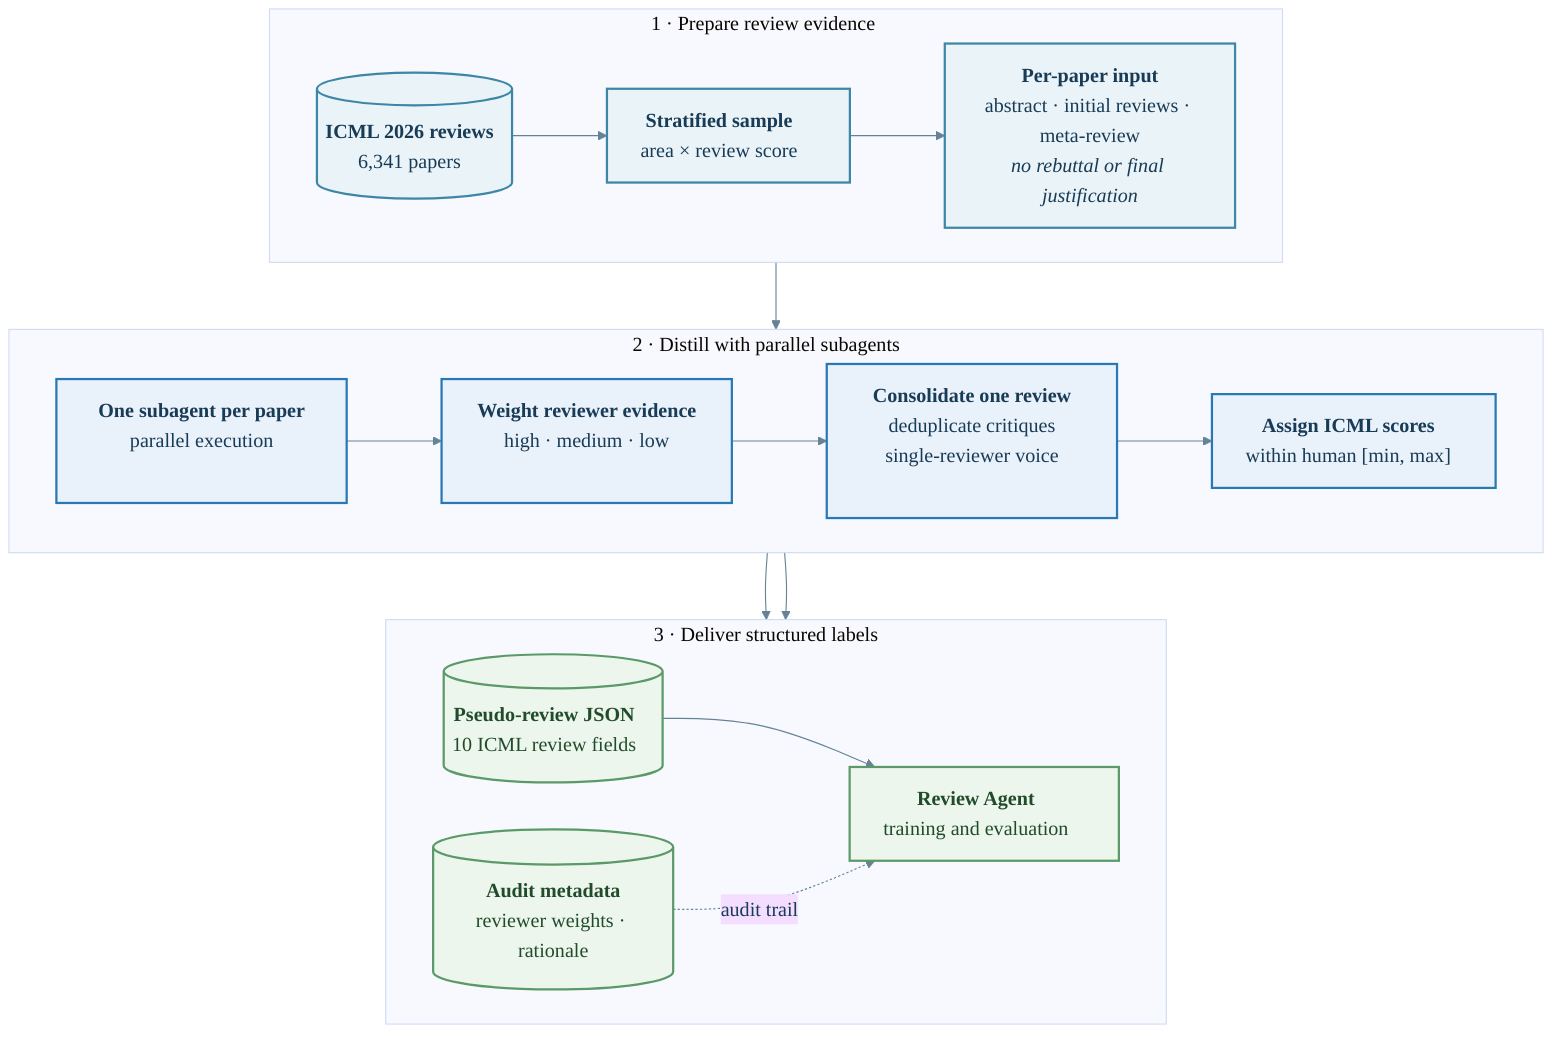
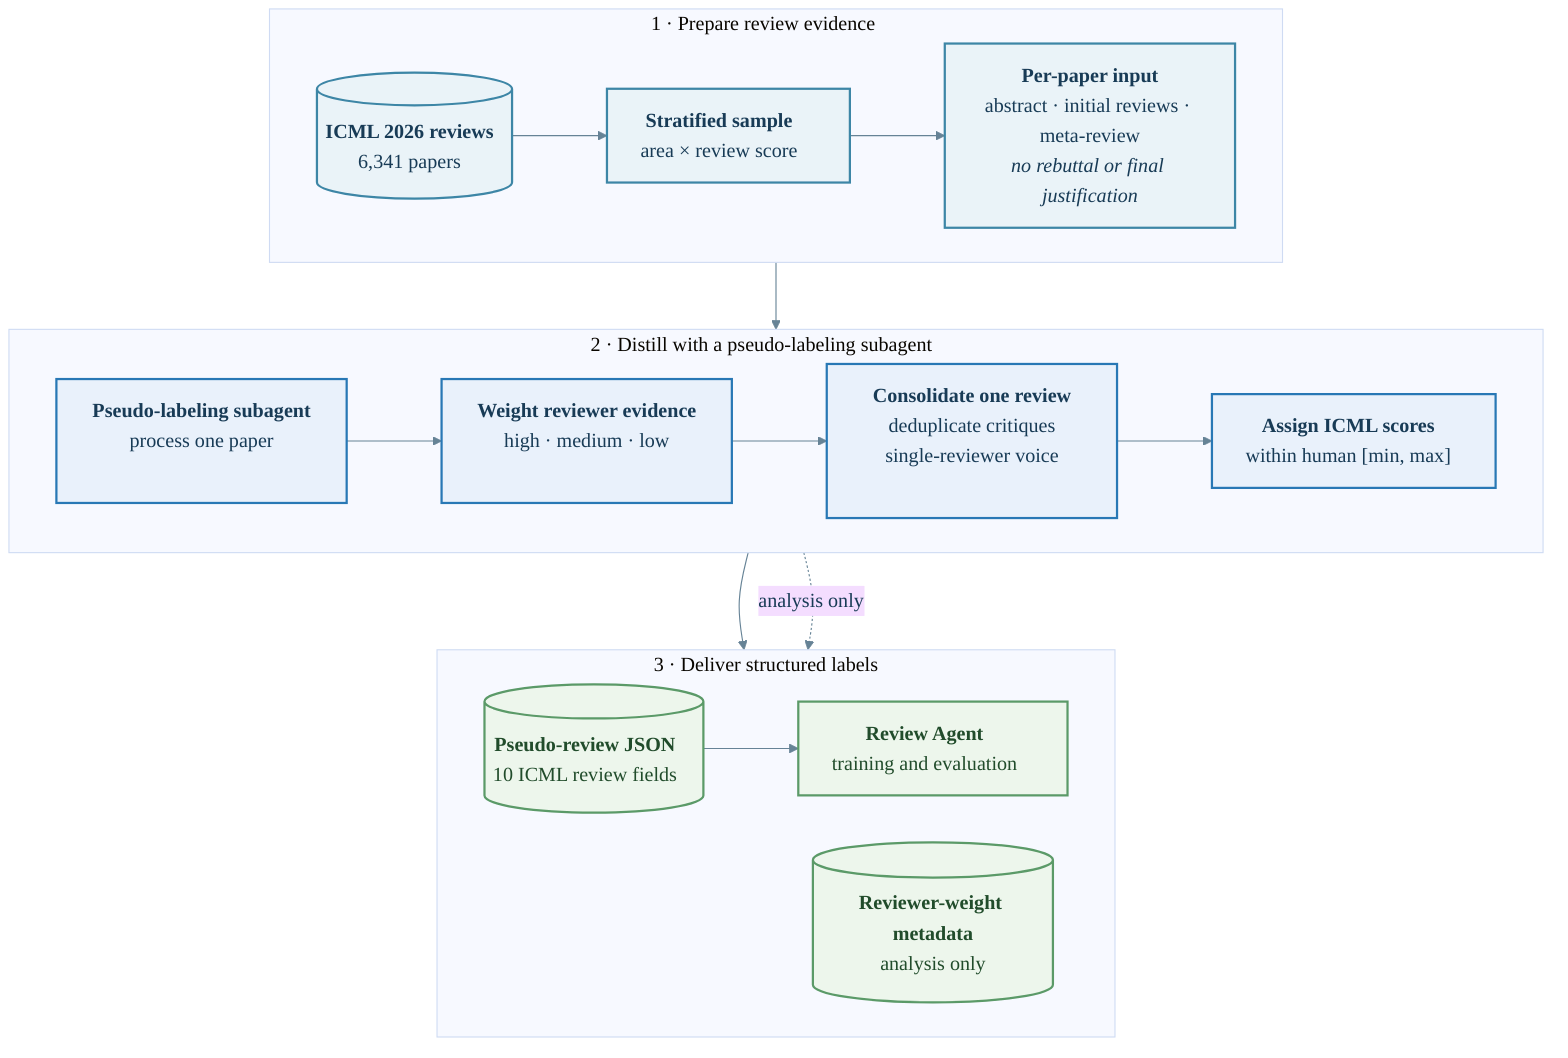
%%{init: {
  "theme": "base",
  "flowchart": {"curve": "basis", "nodeSpacing": 42, "rankSpacing": 60},
  "themeVariables": {
    "fontFamily": "Inter, Arial, sans-serif",
    "fontSize": "18px",
    "primaryTextColor": "#183B56",
    "lineColor": "#668396"
  }
}}%%
flowchart TB
    subgraph PREP["1 · Prepare review evidence"]
        direction LR
        DATA[("<b>ICML 2026 reviews</b><br/>6,341 papers")]
        SAMPLE["<b>Stratified sample</b><br/>area × review score"]
        INPUT["<b>Per-paper input</b><br/>abstract · initial reviews · meta-review<br/><i>no rebuttal or final justification</i>"]
        DATA --> SAMPLE --> INPUT
    end

-     subgraph DISTILL["2 · Distill with parallel subagents"]
+     subgraph DISTILL["2 · Distill with a pseudo-labeling subagent"]
        direction LR
-         AGENT["<b>One subagent per paper</b><br/>parallel execution"]
+         AGENT["<b>Pseudo-labeling subagent</b><br/>process one paper"]
        WEIGHT["<b>Weight reviewer evidence</b><br/>high · medium · low"]
        SYNTH["<b>Consolidate one review</b><br/>deduplicate critiques<br/>single-reviewer voice"]
        SCORE["<b>Assign ICML scores</b><br/>within human [min, max]"]
        AGENT --> WEIGHT --> SYNTH --> SCORE
    end

    subgraph DELIVER["3 · Deliver structured labels"]
        direction LR
        REVIEW[("<b>Pseudo-review JSON</b><br/>10 ICML review fields")]
-         META[("<b>Audit metadata</b><br/>reviewer weights · rationale")]
+         META[("<b>Reviewer-weight metadata</b><br/>analysis only")]
        USE["<b>Review Agent</b><br/>training and evaluation"]
        REVIEW --> USE
-         META -. audit trail .-> USE
    end

    INPUT --> AGENT
    SCORE --> REVIEW
-     SCORE --> META
+     SCORE -. analysis only .-> META

    classDef data fill:#EAF3F8,stroke:#3D86A6,stroke-width:2px,color:#183B56;
    classDef process fill:#E9F1FB,stroke:#2878B5,stroke-width:2px,color:#183B56;
    classDef output fill:#EDF6EC,stroke:#5B9A68,stroke-width:2px,color:#214C2B;
    class DATA,SAMPLE,INPUT data;
    class AGENT,WEIGHT,SYNTH,SCORE process;
    class REVIEW,META,USE output;
- 
